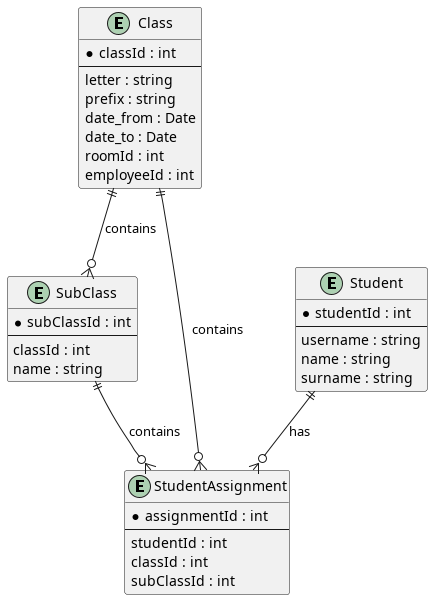
Above: images/cd-referencni-identita.png in DanielADK/tul-bp (PlantUML), before the change. The source it was exported from:
```plantuml
@startuml
entity "Class" as C {
  * classId : int
  --
  letter : string
  prefix : string
  date_from : Date
  date_to : Date
  roomId : int
  employeeId : int
}

entity "SubClass" as SC {
  * subClassId : int
  --
  classId : int
  name : string
}

entity "Student" as S {
  * studentId : int
  --
  username : string
  name : string
  surname : string
}

entity "StudentAssignment" as SA {
  * assignmentId : int
  --
  studentId : int
  classId : int
  subClassId : int
}

C ||--o{ SC : contains
C ||--o{ SA : contains
SC ||--o{ SA : contains
S ||--o{ SA : has
@enduml
```
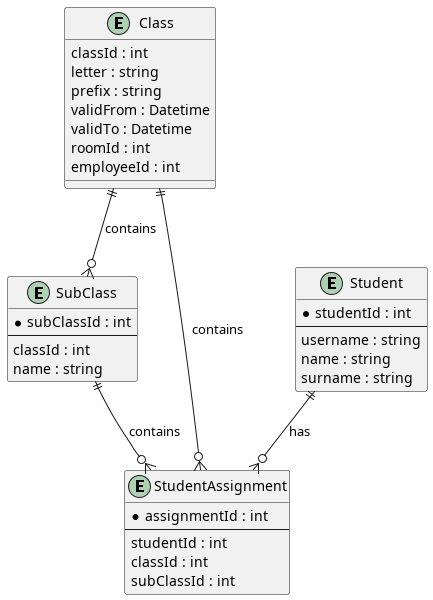
Above is the later version.

The edit, as a diff of the source:
```diff
@@ -1,11 +1,10 @@
 @startuml
 entity "Class" as C {
-  * classId : int
-  --
+  classId : int
   letter : string
   prefix : string
-  date_from : Date
-  date_to : Date
+  validFrom : Datetime
+  validTo : Datetime
   roomId : int
   employeeId : int
 }
```
